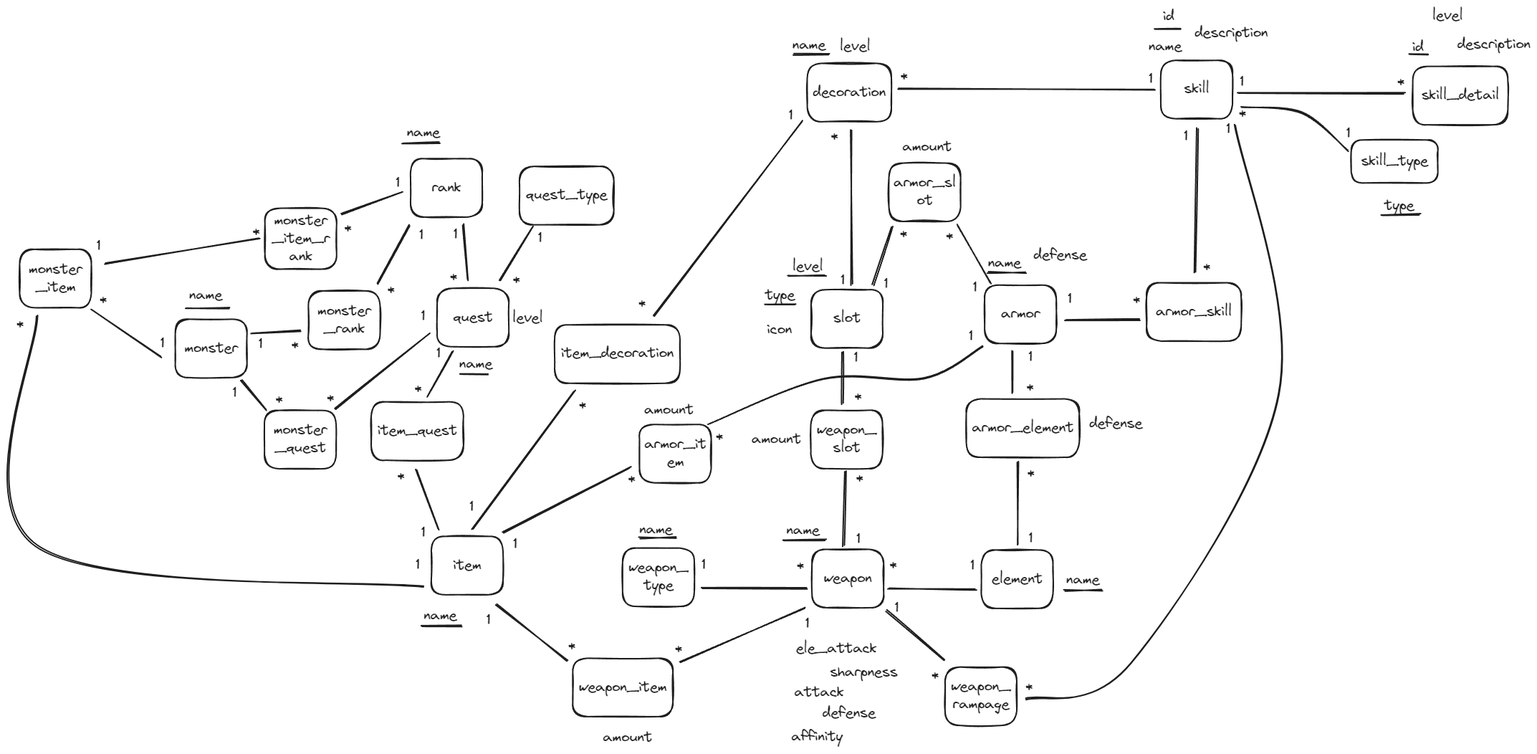
Before: docs/database.png, a diagram exported from Excalidraw (Resch-Said/MHRise-genetic-builder). Source tidied: one line per element, renumbered; positions are measured from the earlier drawing's top-left corner, leaving out a move shared by most shapes.
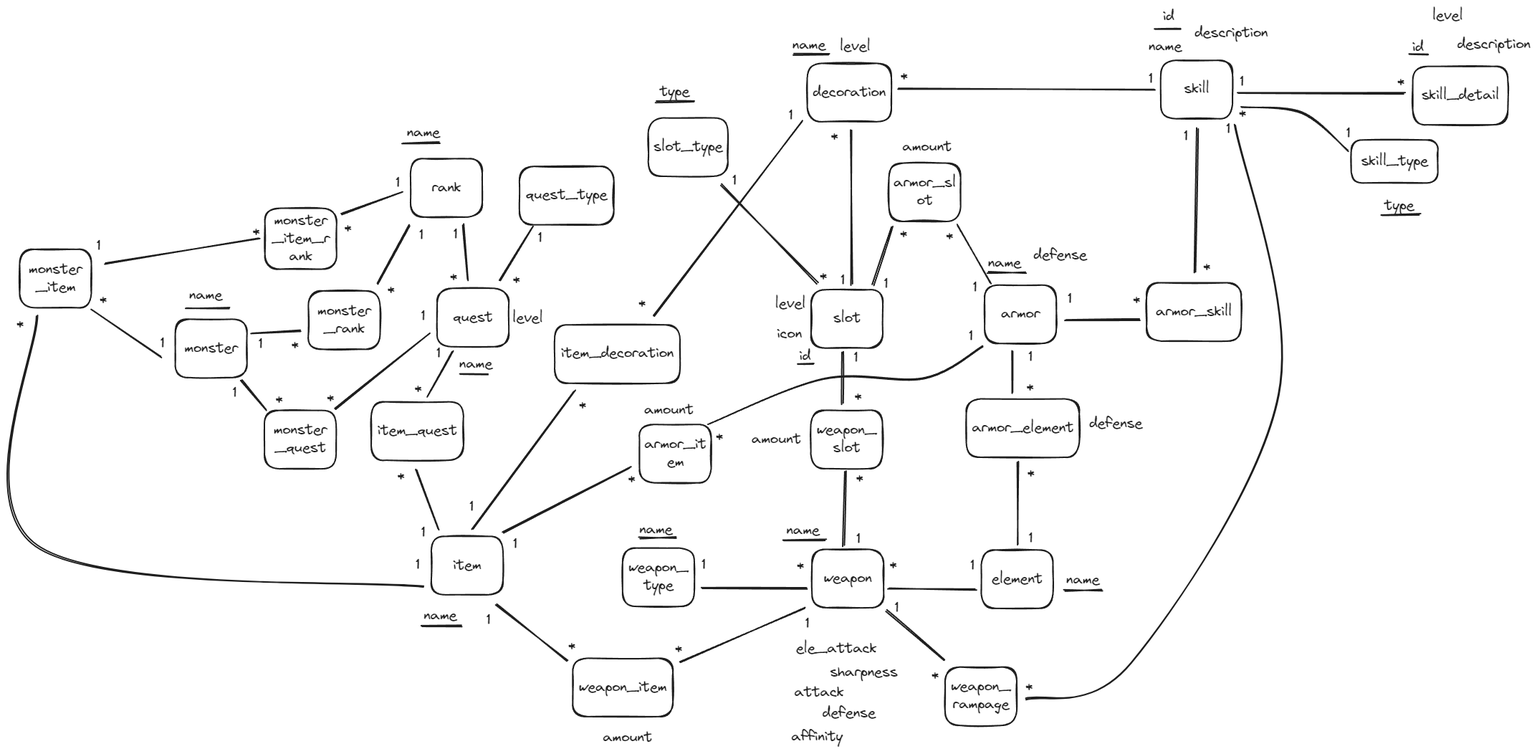
Above is the later version.

Diff of the diagram source:
```diff
@@ -25,11 +25,8 @@
 {"id": 24, "type": "text", "text": "attack", "strokeColor": "#1e1e1e", "strokeWidth": 2, "roughness": 1, "fontSize": 20, "fontFamily": 1, "x": 1085, "y": 944, "width": 69, "height": 25}
 {"id": 25, "type": "text", "text": "ele_attack", "strokeColor": "#1e1e1e", "strokeWidth": 2, "roughness": 1, "fontSize": 20, "fontFamily": 1, "x": 1087, "y": 883, "width": 113, "height": 25}
 {"id": 26, "type": "text", "text": "sharpness", "strokeColor": "#1e1e1e", "strokeWidth": 2, "roughness": 1, "fontSize": 20, "fontFamily": 1, "x": 1135, "y": 916, "width": 95, "height": 25}
-{"id": 27, "type": "text", "text": "type", "strokeColor": "#1e1e1e", "strokeWidth": 2, "roughness": 1, "fontSize": 20, "fontFamily": 1, "x": 1044, "y": 390, "width": 41, "height": 25}
-{"id": 28, "type": "line", "strokeColor": "#1e1e1e", "strokeWidth": 2, "roughness": 1, "round": true, "x": 1044, "y": 414, "width": 42, "height": 0, "points": [[0, 0], [42, 0]]}
-{"id": 29, "type": "text", "text": "level", "strokeColor": "#1e1e1e", "strokeWidth": 2, "roughness": 1, "fontSize": 20, "fontFamily": 1, "x": 1082, "y": 350, "width": 43, "height": 25}
+{"id": 29, "type": "text", "text": "level", "strokeColor": "#1e1e1e", "strokeWidth": 2, "roughness": 1, "fontSize": 20, "fontFamily": 1, "x": 1058, "y": 402, "width": 43, "height": 25}
-{"id": 30, "type": "line", "strokeColor": "#1e1e1e", "strokeWidth": 2, "roughness": 1, "round": true, "x": 1077, "y": 375, "width": 51, "height": 0, "points": [[0, 0], [51, 0]]}
-{"id": 31, "type": "text", "text": "icon", "strokeColor": "#1e1e1e", "strokeWidth": 2, "roughness": 1, "fontSize": 20, "fontFamily": 1, "x": 1047, "y": 438, "width": 35, "height": 25}
+{"id": 31, "type": "text", "text": "icon", "strokeColor": "#1e1e1e", "strokeWidth": 2, "roughness": 1, "fontSize": 20, "fontFamily": 1, "x": 1061, "y": 444, "width": 35, "height": 25}
 {"id": 32, "type": "text", "text": "*", "strokeColor": "#1e1e1e", "strokeWidth": 2, "roughness": 1, "fontSize": 20, "fontFamily": 1, "x": 1170, "y": 531, "width": 10, "height": 25}
 {"id": 33, "type": "text", "text": "*", "strokeColor": "#1e1e1e", "strokeWidth": 2, "roughness": 1, "fontSize": 20, "fontFamily": 1, "x": 1172, "y": 645, "width": 10, "height": 25}
 {"id": 34, "type": "rectangle", "strokeColor": "#1e1e1e", "strokeWidth": 2, "roughness": 1, "round": true, "x": 1108, "y": 562, "width": 100, "height": 81}
@@ -200,3 +197,12 @@
 {"id": 199, "type": "text", "text": "name", "strokeColor": "#1e1e1e", "strokeWidth": 2, "roughness": 1, "fontSize": 20, "fontFamily": 1, "x": 618, "y": 486, "width": 46, "height": 25}
 {"id": 200, "type": "line", "strokeColor": "#1e1e1e", "strokeWidth": 2, "roughness": 1, "round": true, "x": 619, "y": 512, "width": 39, "height": 0, "points": [[0, 0], [39, 0]]}
 {"id": 201, "type": "text", "text": "level", "strokeColor": "#1e1e1e", "strokeWidth": 2, "roughness": 1, "fontSize": 20, "fontFamily": 1, "x": 692, "y": 422, "width": 43, "height": 25}
+{"id": 202, "type": "rectangle", "strokeColor": "#1e1e1e", "strokeWidth": 2, "roughness": 1, "round": true, "x": 881, "y": 154, "width": 111, "height": 81}
+{"id": 203, "type": "text", "text": "slot_type", "strokeColor": "#1e1e1e", "strokeWidth": 2, "roughness": 1, "fontSize": 20, "fontFamily": 1, "textAlign": "center", "verticalAlign": "middle", "inside": 202, "x": 889, "y": 183, "width": 96, "height": 25}
+{"id": 27, "type": "text", "text": "type", "strokeColor": "#1e1e1e", "strokeWidth": 2, "roughness": 1, "fontSize": 20, "fontFamily": 1, "x": 897, "y": 106, "width": 41, "height": 25}
+{"id": 204, "type": "line", "strokeColor": "#1e1e1e", "strokeWidth": 2, "roughness": 1, "round": true, "x": 893, "y": 132, "width": 52, "height": 0, "points": [[0, 0], [52, 0]]}
+{"id": 205, "type": "text", "text": "id", "strokeColor": "#1e1e1e", "strokeWidth": 2, "roughness": 1, "fontSize": 20, "fontFamily": 1, "x": 1092, "y": 475, "width": 16, "height": 25}
+{"id": 206, "type": "line", "strokeColor": "#1e1e1e", "strokeWidth": 2, "roughness": 1, "round": true, "x": 1090, "y": 498, "width": 22, "height": 0, "points": [[0, 0], [22, 0]]}
+{"id": 207, "type": "arrow", "strokeColor": "#1e1e1e", "strokeWidth": 2, "roughness": 1, "round": true, "from": 202, "to": 6, "x": 983, "y": 247, "width": 135, "height": 139, "points": [[0, 0], [135, 139]]}
+{"id": 208, "type": "text", "text": "1", "strokeColor": "#1e1e1e", "strokeWidth": 2, "roughness": 1, "fontSize": 20, "fontFamily": 1, "x": 999, "y": 230, "width": 5, "height": 25}
+{"id": 209, "type": "text", "text": "*", "strokeColor": "#1e1e1e", "strokeWidth": 2, "roughness": 1, "fontSize": 20, "fontFamily": 1, "x": 1121, "y": 363, "width": 10, "height": 25}
```
